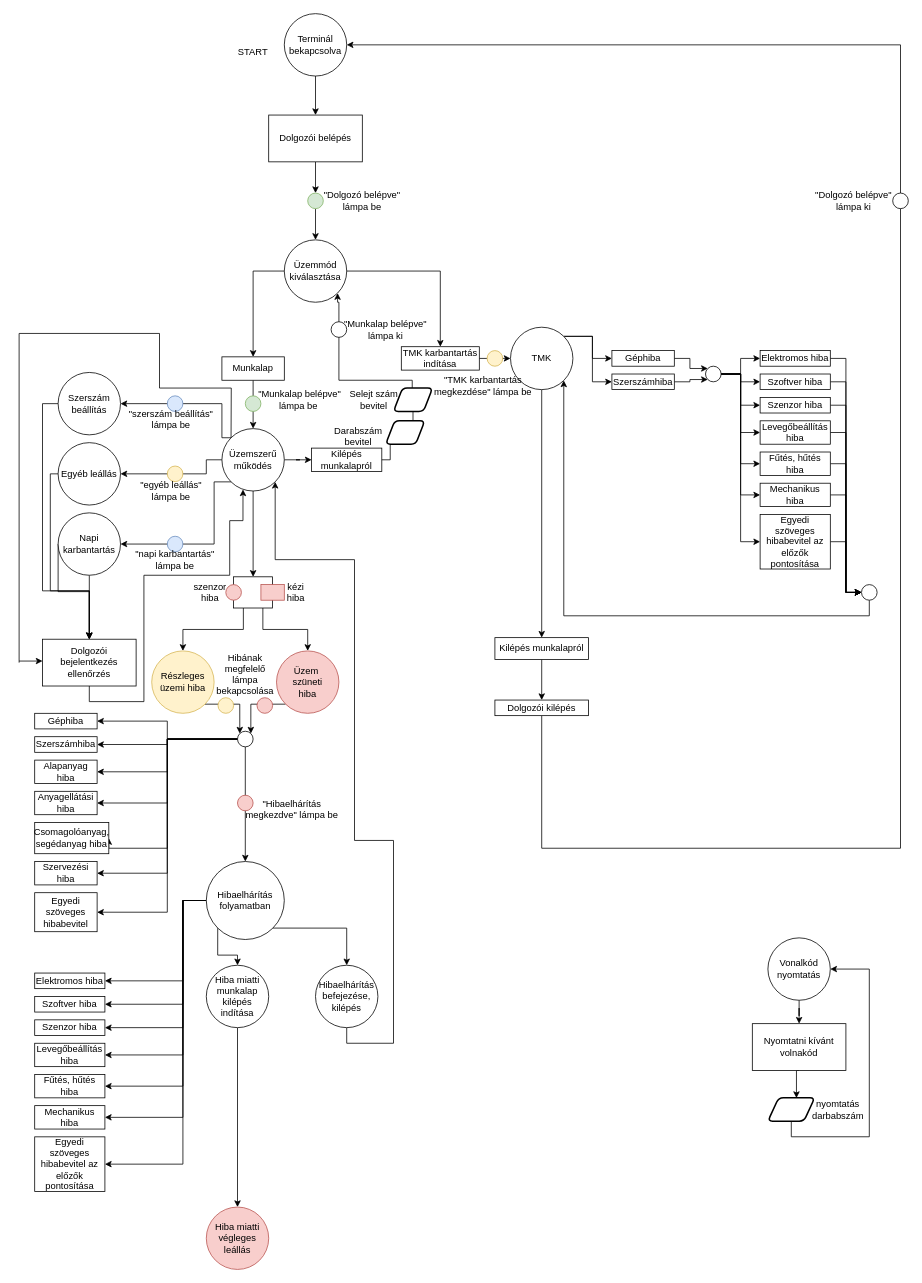
The draw.io diagram mesterminal_flowchart.drawio in KerteszZoltan/mesterminal, before the edit. Source tidied: cells renumbered, new cells numbered last; positions are measured from the earlier drawing's top-left corner, leaving out a move shared by most shapes. Both pictures are drawn from the tidied source at 78%, with x=0, y=0 at pixel (19, 13).
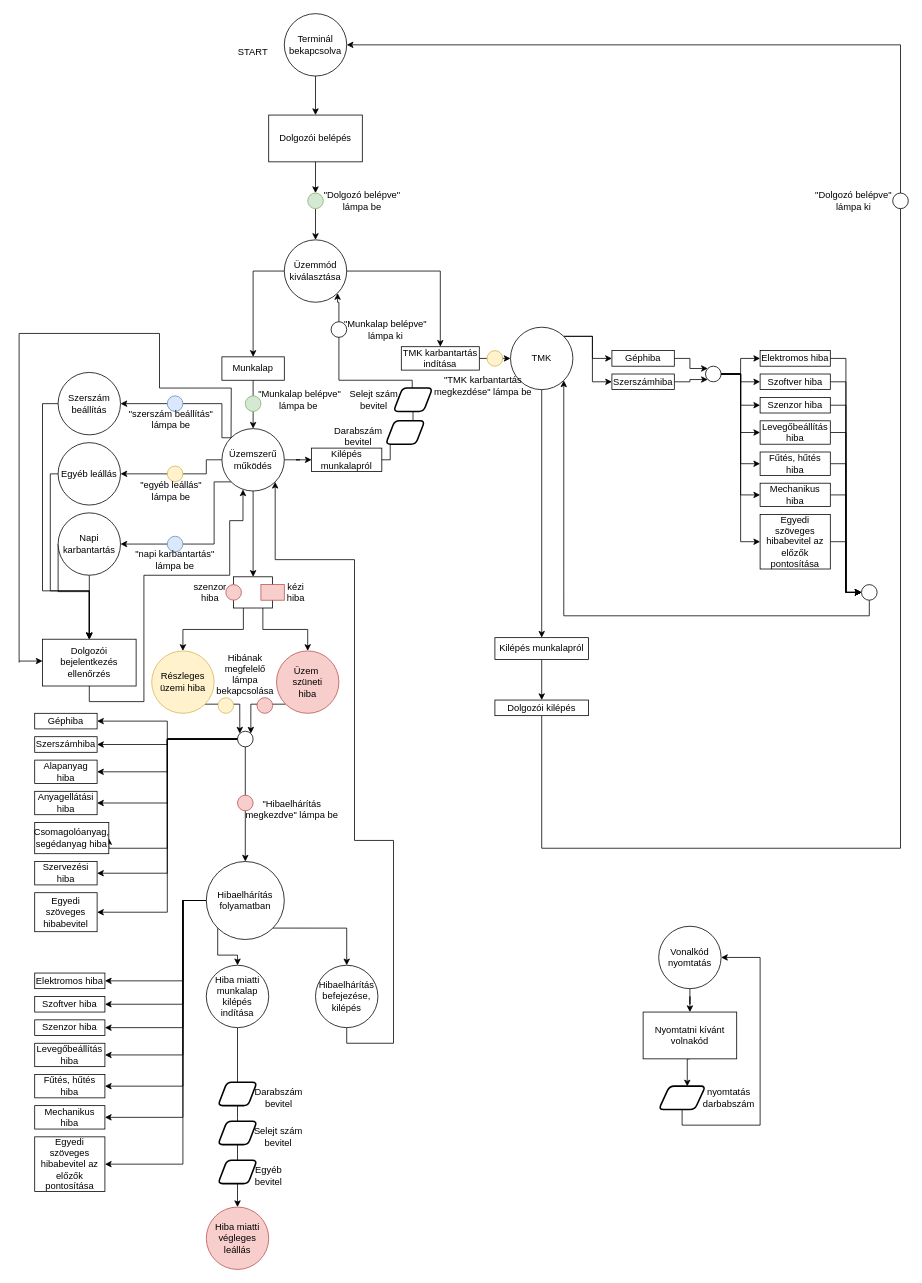
After the change.

The change refers to these unchanged cells:
```xml
<mxCell id="123" value="Hiba miatti munkalap kilépés indítása" style="ellipse;whiteSpace=wrap;html=1;" parent="1" vertex="1">
  <mxGeometry x="240" y="1220" width="80" height="80" as="geometry" />
</mxCell>
<mxCell id="124" value="Hiba miatti végleges leállás" style="ellipse;whiteSpace=wrap;html=1;fillColor=#f8cecc;strokeColor=#b85450;" parent="1" vertex="1">
  <mxGeometry x="240" y="1530" width="80" height="80" as="geometry" />
</mxCell>
```

Diff of the diagram source:
```diff
@@
-    <mxCell id="122" style="edgeStyle=orthogonalEdgeStyle;rounded=0;jettySize=auto;html=1;exitX=0.5;exitY=1;exitDx=0;exitDy=0;entryX=0.5;entryY=0;entryDx=0;entryDy=0;" parent="1" edge="1" source="123" target="124">
+    <mxCell id="122" style="edgeStyle=elbowEdgeStyle;rounded=0;jettySize=auto;elbow=vertical;html=1;exitX=0.5;exitY=1;exitDx=0;exitDy=0;entryX=0.5;entryY=0;entryDx=0;entryDy=0;" parent="1" edge="1" source="123" target="124">
       <mxGeometry relative="1" as="geometry" />
     </mxCell>
@@
     <mxCell id="143" value="Vonalkód nyomtatás" style="ellipse;whiteSpace=wrap;html=1;" parent="1" vertex="1">
-      <mxGeometry x="960" y="1184.9" width="80" height="80" as="geometry" />
+      <mxGeometry x="820" y="1170" width="80" height="80" as="geometry" />
     </mxCell>
@@
     <mxCell id="145" value="Nyomtatni kívánt volnakód" style="rounded=0;whiteSpace=wrap;html=1;" parent="1" vertex="1">
-      <mxGeometry x="940" y="1294.9" width="120" height="60" as="geometry" />
+      <mxGeometry x="800" y="1280" width="120" height="60" as="geometry" />
     </mxCell>
     <mxCell id="146" style="edgeStyle=orthogonalEdgeStyle;rounded=0;jettySize=auto;html=1;exitX=0.5;exitY=1;exitDx=0;exitDy=0;entryX=1;entryY=0.5;entryDx=0;entryDy=0;" parent="1" edge="1" source="147" target="143">
       <mxGeometry relative="1" as="geometry">
         <Array as="points">
-          <mxPoint x="990" y="1439.9" />
-          <mxPoint x="1090" y="1439.9" />
-          <mxPoint x="1090" y="1224.9" />
+          <mxPoint x="850" y="1425" />
+          <mxPoint x="950" y="1425" />
+          <mxPoint x="950" y="1210" />
         </Array>
       </mxGeometry>
     </mxCell>
     <mxCell id="147" style="shape=parallelogram;html=1;strokeWidth=2;perimeter=parallelogramPerimeter;whiteSpace=wrap;rounded=1;arcSize=12;size=0.23;" parent="1" vertex="1">
-      <mxGeometry x="960" y="1389.9" width="60" height="30" as="geometry" />
+      <mxGeometry x="820" y="1375" width="60" height="30" as="geometry" />
     </mxCell>
     <mxCell id="148" value="nyomtatás darbabszám" style="text;html=1;strokeColor=none;fillColor=none;align=center;verticalAlign=middle;whiteSpace=wrap;rounded=0;" parent="1" vertex="1">
-      <mxGeometry x="1030" y="1394.9" width="40" height="20" as="geometry" />
+      <mxGeometry x="890" y="1380" width="40" height="20" as="geometry" />
     </mxCell>
@@
+    <mxCell id="157" style="shape=parallelogram;html=1;strokeWidth=2;perimeter=parallelogramPerimeter;whiteSpace=wrap;rounded=1;arcSize=12;size=0.23;" parent="1" vertex="1">
+      <mxGeometry x="255" y="1370" width="50" height="30" as="geometry" />
+    </mxCell>
+    <mxCell id="158" style="shape=parallelogram;html=1;strokeWidth=2;perimeter=parallelogramPerimeter;whiteSpace=wrap;rounded=1;arcSize=12;size=0.23;" parent="1" vertex="1">
+      <mxGeometry x="255" y="1420" width="50" height="30" as="geometry" />
+    </mxCell>
+    <mxCell id="159" style="shape=parallelogram;html=1;strokeWidth=2;perimeter=parallelogramPerimeter;whiteSpace=wrap;rounded=1;arcSize=12;size=0.23;" parent="1" vertex="1">
+      <mxGeometry x="255" y="1470" width="50" height="30" as="geometry" />
+    </mxCell>
+    <mxCell id="160" value="Darabszám bevitel" style="text;html=1;strokeColor=none;fillColor=none;align=center;verticalAlign=middle;whiteSpace=wrap;rounded=0;" parent="1" vertex="1">
+      <mxGeometry x="312.5" y="1380" width="40" height="20" as="geometry" />
+    </mxCell>
+    <mxCell id="161" value="Selejt szám bevitel" style="text;html=1;strokeColor=none;fillColor=none;align=center;verticalAlign=middle;whiteSpace=wrap;rounded=0;" parent="1" vertex="1">
+      <mxGeometry x="295" y="1430" width="75" height="20" as="geometry" />
+    </mxCell>
+    <mxCell id="162" value="Egyéb bevitel" style="text;html=1;strokeColor=none;fillColor=none;align=center;verticalAlign=middle;whiteSpace=wrap;rounded=0;" parent="1" vertex="1">
+      <mxGeometry x="300" y="1480" width="40" height="20" as="geometry" />
+    </mxCell>
```
